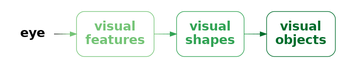
This is Diagrams/visual-processing.png from pmur002/hdvw, a Graphviz export, as it was before one commit. Its source is kept beside it as Diagrams/visual-processing.dot.
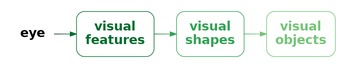
Later version of the same file.

Diff of the diagram source:
```diff
@@ -3,12 +3,12 @@
   node [ fontsize=20; fontname="sans bold"; margin=.2 ];
   eye [ label="eye"; shape=none; ]
   basic [ label="visual\nfeatures"; shape=box;
-       style="rounded"; color="#74C476"; fontcolor="#74C476" ]
+       style="rounded"; color="#006D2C"; fontcolor="#006D2C" ]
   shapes [ label="visual\nshapes"; shape=box;
         style="rounded"; color="#31A354"; fontcolor="#31A354" ]
   objects [ label="visual\nobjects"; shape=box;
-         style="rounded"; color="#006D2C"; fontcolor="#006D2C" ]
-  eye -> basic [ style="solid", color="#000000;0.1:#0D160D;0.1:#1A2C1A;0.1:#274127;0.1:#345734;0.1:#406D42;0.1:#4D834F;0.1:#5A985C;0.1:#67AE69;0.1:#74C476;0.1" ]
-  basic -> shapes [ style="solid", color="#74C476;0.1:#6DC072;0.1:#65BD6E;0.1:#5EB96B;0.1:#56B567;0.1:#4FB263;0.1:#47AE5F;0.1:#40AA5C;0.1:#38A758;0.1:#31A354;0.1" ]
-  shapes -> objects [ style="solid", color="#31A354;0.1:#2C9D50;0.1:#26974B;0.1:#219147;0.1:#1B8B42;0.1:#16853E;0.1:#107F39;0.1:#0B7935;0.1:#057330;0.1:#006D2C;0.1" ]
+         style="rounded"; color="#74C476"; fontcolor="#74C476" ]
+  eye -> basic [ style="solid", color="#000000;0.1:#000C05;0.1:#00180A;0.1:#00240F;0.1:#003014;0.1:#003D18;0.1:#00491D;0.1:#005522;0.1:#006127;0.1:#006D2C;0.1" ]
+  basic -> shapes [ style="solid", color="#006D2C;0.1:#057330;0.1:#0B7935;0.1:#107F39;0.1:#16853E;0.1:#1B8B42;0.1:#219147;0.1:#26974B;0.1:#2C9D50;0.1:#31A354;0.1" ]
+  shapes -> objects [ style="solid", color="#31A354;0.1:#38A758;0.1:#40AA5C;0.1:#47AE5F;0.1:#4FB263;0.1:#56B567;0.1:#5EB96B;0.1:#65BD6E;0.1:#6DC072;0.1:#74C476;0.1" ]
 }
```
